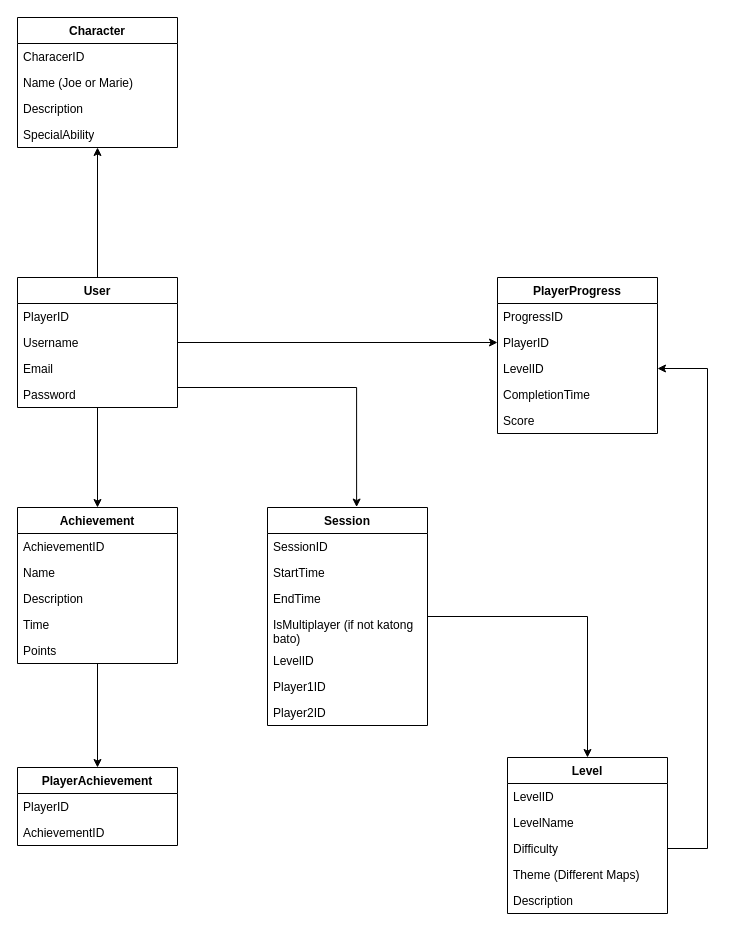
Smoll05/hardstack-capstone keeps this draw.io diagram as Database design and connections.drawio. Above is the earlier version. Source tidied: cells renumbered, new cells numbered last; positions are measured from the earlier drawing's top-left corner, leaving out a move shared by most shapes. Both pictures are drawn from the tidied source at 100%, with x=0, y=0 at pixel (17, 17).
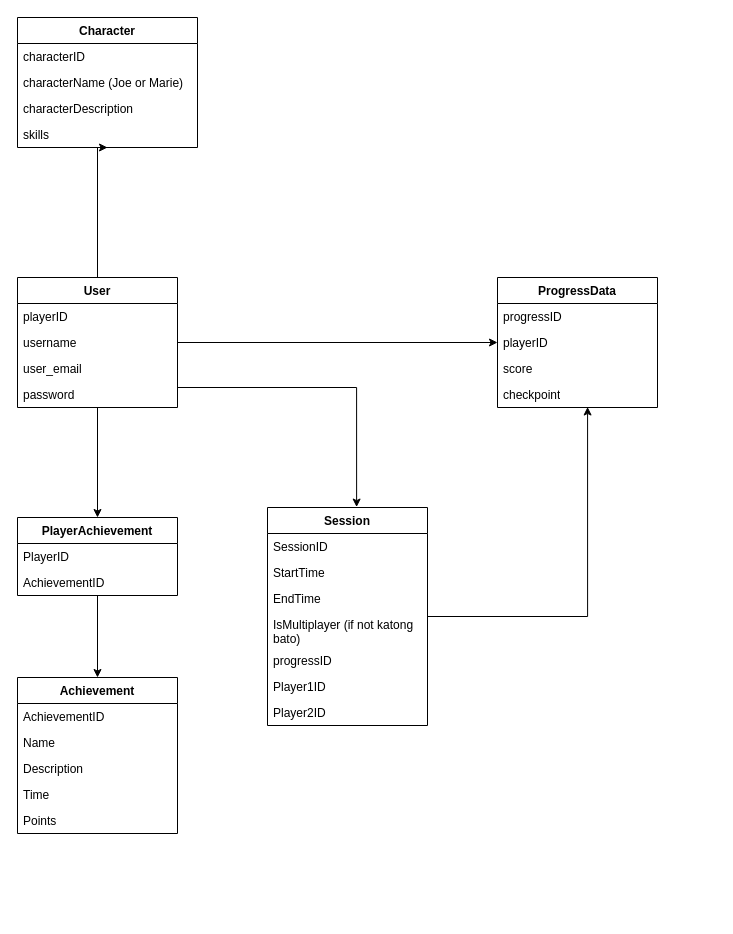
The same diagram, later.

Commit message:
Update Database design and connections.drawio - del castillo

Unchanged cells that the change refers to:
```xml
<mxCell id="5" value="User" style="swimlane;fontStyle=1;align=center;verticalAlign=top;horizontal=1;startSize=26;whiteSpace=wrap;html=1;" parent="1" vertex="1">
  <mxGeometry y="260" width="160" height="130" as="geometry" />
</mxCell>
<mxCell id="16" value="Session" style="swimlane;fontStyle=1;align=center;verticalAlign=top;horizontal=1;startSize=26;whiteSpace=wrap;html=1;" parent="1" vertex="1">
  <mxGeometry x="250" y="490" width="160" height="218" as="geometry" />
</mxCell>
```

Change to the diagram source:
```diff
@@
-    <mxCell id="3" style="edgeStyle=orthogonalEdgeStyle;rounded=0;jettySize=auto;html=1;entryX=0.5;entryY=0;entryDx=0;entryDy=0;" parent="1" edge="1" source="5" target="37">
-      <mxGeometry relative="1" as="geometry" />
-    </mxCell>
     <mxCell id="4" style="edgeStyle=orthogonalEdgeStyle;rounded=0;jettySize=auto;html=1;entryX=0.5;entryY=1;entryDx=0;entryDy=0;" parent="1" edge="1" source="5" target="10">
-      <mxGeometry relative="1" as="geometry" />
+      <mxGeometry relative="1" as="geometry">
+        <Array as="points">
+          <mxPoint x="80" y="130" />
+        </Array>
+      </mxGeometry>
     </mxCell>
+    <mxCell id="48" style="edgeStyle=orthogonalEdgeStyle;rounded=0;jettySize=auto;html=1;entryX=0.5;entryY=0;entryDx=0;entryDy=0;" parent="1" edge="1" source="5" target="43">
+      <mxGeometry relative="1" as="geometry" />
+    </mxCell>
@@
-    <mxCell id="6" value="PlayerID&lt;span style=&quot;white-space: pre;&quot;&gt;&#9;&lt;/span&gt;" style="text;strokeColor=none;fillColor=none;align=left;verticalAlign=top;spacingLeft=4;spacingRight=4;overflow=hidden;whiteSpace=wrap;html=1;" parent="5" vertex="1">
+    <mxCell id="6" value="playerID" style="text;strokeColor=none;fillColor=none;align=left;verticalAlign=top;spacingLeft=4;spacingRight=4;overflow=hidden;whiteSpace=wrap;html=1;" parent="5" vertex="1">
       <mxGeometry y="26" width="160" height="26" as="geometry" />
     </mxCell>
-    <mxCell id="7" value="Username" style="text;strokeColor=none;fillColor=none;align=left;verticalAlign=top;spacingLeft=4;spacingRight=4;overflow=hidden;whiteSpace=wrap;html=1;" parent="5" vertex="1">
+    <mxCell id="7" value="username" style="text;strokeColor=none;fillColor=none;align=left;verticalAlign=top;spacingLeft=4;spacingRight=4;overflow=hidden;whiteSpace=wrap;html=1;" parent="5" vertex="1">
       <mxGeometry y="52" width="160" height="26" as="geometry" />
     </mxCell>
-    <mxCell id="8" value="Email" style="text;strokeColor=none;fillColor=none;align=left;verticalAlign=top;spacingLeft=4;spacingRight=4;overflow=hidden;whiteSpace=wrap;html=1;" parent="5" vertex="1">
+    <mxCell id="8" value="user_email" style="text;strokeColor=none;fillColor=none;align=left;verticalAlign=top;spacingLeft=4;spacingRight=4;overflow=hidden;whiteSpace=wrap;html=1;" parent="5" vertex="1">
       <mxGeometry y="78" width="160" height="26" as="geometry" />
     </mxCell>
-    <mxCell id="9" value="Password" style="text;strokeColor=none;fillColor=none;align=left;verticalAlign=top;spacingLeft=4;spacingRight=4;overflow=hidden;whiteSpace=wrap;html=1;" parent="5" vertex="1">
+    <mxCell id="9" value="password" style="text;strokeColor=none;fillColor=none;align=left;verticalAlign=top;spacingLeft=4;spacingRight=4;overflow=hidden;whiteSpace=wrap;html=1;" parent="5" vertex="1">
       <mxGeometry y="104" width="160" height="26" as="geometry" />
     </mxCell>
     <mxCell id="10" value="Character" style="swimlane;fontStyle=1;align=center;verticalAlign=top;horizontal=1;startSize=26;whiteSpace=wrap;html=1;" parent="1" vertex="1">
-      <mxGeometry width="160" height="130" as="geometry" />
+      <mxGeometry width="180" height="130" as="geometry" />
     </mxCell>
-    <mxCell id="11" value="CharacerID" style="text;strokeColor=none;fillColor=none;align=left;verticalAlign=top;spacingLeft=4;spacingRight=4;overflow=hidden;whiteSpace=wrap;html=1;" parent="10" vertex="1">
-      <mxGeometry y="26" width="160" height="26" as="geometry" />
+    <mxCell id="11" value="characterID" style="text;strokeColor=none;fillColor=none;align=left;verticalAlign=top;spacingLeft=4;spacingRight=4;overflow=hidden;whiteSpace=wrap;html=1;" parent="10" vertex="1">
+      <mxGeometry y="26" width="180" height="26" as="geometry" />
     </mxCell>
-    <mxCell id="12" value="Name (Joe or Marie)" style="text;strokeColor=none;fillColor=none;align=left;verticalAlign=top;spacingLeft=4;spacingRight=4;overflow=hidden;whiteSpace=wrap;html=1;" parent="10" vertex="1">
-      <mxGeometry y="52" width="160" height="26" as="geometry" />
+    <mxCell id="12" value="characterName (Joe or Marie)" style="text;strokeColor=none;fillColor=none;align=left;verticalAlign=top;spacingLeft=4;spacingRight=4;overflow=hidden;whiteSpace=wrap;html=1;" parent="10" vertex="1">
+      <mxGeometry y="52" width="180" height="26" as="geometry" />
     </mxCell>
-    <mxCell id="13" value="Description" style="text;strokeColor=none;fillColor=none;align=left;verticalAlign=top;spacingLeft=4;spacingRight=4;overflow=hidden;whiteSpace=wrap;html=1;" parent="10" vertex="1">
-      <mxGeometry y="78" width="160" height="26" as="geometry" />
+    <mxCell id="13" value="characterDescription&lt;div&gt;&lt;br&gt;&lt;/div&gt;" style="text;strokeColor=none;fillColor=none;align=left;verticalAlign=top;spacingLeft=4;spacingRight=4;overflow=hidden;whiteSpace=wrap;html=1;" parent="10" vertex="1">
+      <mxGeometry y="78" width="180" height="26" as="geometry" />
     </mxCell>
-    <mxCell id="14" value="SpecialAbility" style="text;strokeColor=none;fillColor=none;align=left;verticalAlign=top;spacingLeft=4;spacingRight=4;overflow=hidden;whiteSpace=wrap;html=1;" parent="10" vertex="1">
-      <mxGeometry y="104" width="160" height="26" as="geometry" />
+    <mxCell id="14" value="&lt;div&gt;skills&lt;/div&gt;" style="text;strokeColor=none;fillColor=none;align=left;verticalAlign=top;spacingLeft=4;spacingRight=4;overflow=hidden;whiteSpace=wrap;html=1;" parent="10" vertex="1">
+      <mxGeometry y="104" width="180" height="26" as="geometry" />
     </mxCell>
-    <mxCell id="15" style="edgeStyle=orthogonalEdgeStyle;rounded=0;jettySize=auto;html=1;entryX=0.5;entryY=0;entryDx=0;entryDy=0;" parent="1" edge="1" source="16" target="24">
-      <mxGeometry relative="1" as="geometry" />
-    </mxCell>
@@
-    <mxCell id="21" value="LevelID" style="text;strokeColor=none;fillColor=none;align=left;verticalAlign=top;spacingLeft=4;spacingRight=4;overflow=hidden;whiteSpace=wrap;html=1;" parent="16" vertex="1">
+    <mxCell id="21" value="progressID" style="text;strokeColor=none;fillColor=none;align=left;verticalAlign=top;spacingLeft=4;spacingRight=4;overflow=hidden;whiteSpace=wrap;html=1;" parent="16" vertex="1">
       <mxGeometry y="140" width="160" height="26" as="geometry" />
     </mxCell>
@@
-    <mxCell id="24" value="Level" style="swimlane;fontStyle=1;align=center;verticalAlign=top;horizontal=1;startSize=26;whiteSpace=wrap;html=1;" parent="1" vertex="1">
-      <mxGeometry x="490" y="740" width="160" height="156" as="geometry" />
-    </mxCell>
-    <mxCell id="25" value="LevelID" style="text;strokeColor=none;fillColor=none;align=left;verticalAlign=top;spacingLeft=4;spacingRight=4;overflow=hidden;whiteSpace=wrap;html=1;" parent="24" vertex="1">
-      <mxGeometry y="26" width="160" height="26" as="geometry" />
-    </mxCell>
-    <mxCell id="26" value="LevelName" style="text;strokeColor=none;fillColor=none;align=left;verticalAlign=top;spacingLeft=4;spacingRight=4;overflow=hidden;whiteSpace=wrap;html=1;" parent="24" vertex="1">
-      <mxGeometry y="52" width="160" height="26" as="geometry" />
-    </mxCell>
-    <mxCell id="27" value="Difficulty" style="text;strokeColor=none;fillColor=none;align=left;verticalAlign=top;spacingLeft=4;spacingRight=4;overflow=hidden;points=[[0,0.5],[1,0.5]];portConstraint=eastwest;whiteSpace=wrap;html=1;" parent="24" vertex="1">
-      <mxGeometry y="78" width="160" height="26" as="geometry" />
-    </mxCell>
-    <mxCell id="28" value="Theme (Different Maps)" style="text;strokeColor=none;fillColor=none;align=left;verticalAlign=top;spacingLeft=4;spacingRight=4;overflow=hidden;whiteSpace=wrap;html=1;" parent="24" vertex="1">
-      <mxGeometry y="104" width="160" height="26" as="geometry" />
-    </mxCell>
-    <mxCell id="29" value="Description" style="text;strokeColor=none;fillColor=none;align=left;verticalAlign=top;spacingLeft=4;spacingRight=4;overflow=hidden;whiteSpace=wrap;html=1;" parent="24" vertex="1">
-      <mxGeometry y="130" width="160" height="26" as="geometry" />
-    </mxCell>
-    <mxCell id="30" value="PlayerProgress" style="swimlane;fontStyle=1;align=center;verticalAlign=top;horizontal=1;startSize=26;whiteSpace=wrap;html=1;" parent="1" vertex="1">
-      <mxGeometry x="480" y="260" width="160" height="156" as="geometry" />
+    <mxCell id="30" value="ProgressData" style="swimlane;fontStyle=1;align=center;verticalAlign=top;horizontal=1;startSize=26;whiteSpace=wrap;html=1;" parent="1" vertex="1">
+      <mxGeometry x="480" y="260" width="160" height="130" as="geometry" />
     </mxCell>
-    <mxCell id="31" value="ProgressID" style="text;strokeColor=none;fillColor=none;align=left;verticalAlign=top;spacingLeft=4;spacingRight=4;overflow=hidden;whiteSpace=wrap;html=1;" parent="30" vertex="1">
+    <mxCell id="31" value="progressID" style="text;strokeColor=none;fillColor=none;align=left;verticalAlign=top;spacingLeft=4;spacingRight=4;overflow=hidden;whiteSpace=wrap;html=1;" parent="30" vertex="1">
       <mxGeometry y="26" width="160" height="26" as="geometry" />
     </mxCell>
-    <mxCell id="32" value="PlayerID" style="text;strokeColor=none;fillColor=none;align=left;verticalAlign=top;spacingLeft=4;spacingRight=4;overflow=hidden;points=[[0,0.5],[1,0.5]];portConstraint=eastwest;whiteSpace=wrap;html=1;" parent="30" vertex="1">
+    <mxCell id="32" value="playerID" style="text;strokeColor=none;fillColor=none;align=left;verticalAlign=top;spacingLeft=4;spacingRight=4;overflow=hidden;points=[[0,0.5],[1,0.5]];portConstraint=eastwest;whiteSpace=wrap;html=1;" parent="30" vertex="1">
       <mxGeometry y="52" width="160" height="26" as="geometry" />
     </mxCell>
-    <mxCell id="33" value="LevelID" style="text;strokeColor=none;fillColor=none;align=left;verticalAlign=top;spacingLeft=4;spacingRight=4;overflow=hidden;points=[[0,0.5],[1,0.5]];portConstraint=eastwest;whiteSpace=wrap;html=1;" parent="30" vertex="1">
-      <mxGeometry y="78" width="160" height="26" as="geometry" />
-    </mxCell>
-    <mxCell id="34" value="CompletionTime" style="text;strokeColor=none;fillColor=none;align=left;verticalAlign=top;spacingLeft=4;spacingRight=4;overflow=hidden;whiteSpace=wrap;html=1;" parent="30" vertex="1">
-      <mxGeometry y="104" width="160" height="26" as="geometry" />
-    </mxCell>
-    <mxCell id="35" value="Score" style="text;strokeColor=none;fillColor=none;align=left;verticalAlign=top;spacingLeft=4;spacingRight=4;overflow=hidden;whiteSpace=wrap;html=1;" parent="30" vertex="1">
-      <mxGeometry y="130" width="160" height="26" as="geometry" />
-    </mxCell>
-    <mxCell id="36" style="edgeStyle=orthogonalEdgeStyle;rounded=0;jettySize=auto;html=1;entryX=0.5;entryY=0;entryDx=0;entryDy=0;" parent="1" edge="1" source="37" target="43">
-      <mxGeometry relative="1" as="geometry" />
-    </mxCell>
+    <mxCell id="49" value="score" style="text;strokeColor=none;fillColor=none;align=left;verticalAlign=top;spacingLeft=4;spacingRight=4;overflow=hidden;whiteSpace=wrap;html=1;" parent="30" vertex="1">
+      <mxGeometry y="78" width="160" height="26" as="geometry" />
+    </mxCell>
+    <mxCell id="50" value="checkpoint" style="text;strokeColor=none;fillColor=none;align=left;verticalAlign=top;spacingLeft=4;spacingRight=4;overflow=hidden;points=[[0,0.5],[1,0.5]];portConstraint=eastwest;whiteSpace=wrap;html=1;" parent="30" vertex="1">
+      <mxGeometry y="104" width="160" height="26" as="geometry" />
+    </mxCell>
     <mxCell id="37" value="Achievement" style="swimlane;fontStyle=1;align=center;verticalAlign=top;horizontal=1;startSize=26;whiteSpace=wrap;html=1;" parent="1" vertex="1">
-      <mxGeometry y="490" width="160" height="156" as="geometry" />
+      <mxGeometry y="660" width="160" height="156" as="geometry" />
     </mxCell>
@@
+    <mxCell id="51" style="edgeStyle=orthogonalEdgeStyle;rounded=0;jettySize=auto;html=1;entryX=0.5;entryY=0;entryDx=0;entryDy=0;" parent="1" edge="1" source="43" target="37">
+      <mxGeometry relative="1" as="geometry" />
+    </mxCell>
     <mxCell id="43" value="PlayerAchievement" style="swimlane;fontStyle=1;align=center;verticalAlign=top;horizontal=1;startSize=26;whiteSpace=wrap;html=1;" parent="1" vertex="1">
-      <mxGeometry y="750" width="160" height="78" as="geometry" />
+      <mxGeometry y="500" width="160" height="78" as="geometry" />
     </mxCell>
@@
-    <mxCell id="47" style="edgeStyle=orthogonalEdgeStyle;rounded=0;jettySize=auto;html=1;entryX=1;entryY=0.5;entryDx=0;entryDy=0;" parent="1" edge="1" source="27" target="33">
-      <mxGeometry relative="1" as="geometry">
-        <Array as="points">
-          <mxPoint x="690" y="831" />
-          <mxPoint x="690" y="351" />
-        </Array>
-      </mxGeometry>
-    </mxCell>
+    <mxCell id="52" style="edgeStyle=orthogonalEdgeStyle;rounded=0;jettySize=auto;html=1;entryX=0.563;entryY=0.981;entryDx=0;entryDy=0;entryPerimeter=0;" parent="1" edge="1" source="16" target="50">
+      <mxGeometry relative="1" as="geometry">
+        <Array as="points">
+          <mxPoint x="570" y="599" />
+        </Array>
+      </mxGeometry>
+    </mxCell>
```
